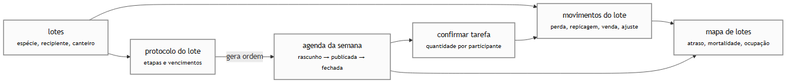
JoaoMudar/tcc keeps this Mermaid diagram as docs/rotinas/img/mapa-2-producao.png. Above is the earlier version. Its source is kept beside it as docs/rotinas/img/mapa-2-producao.mmd.
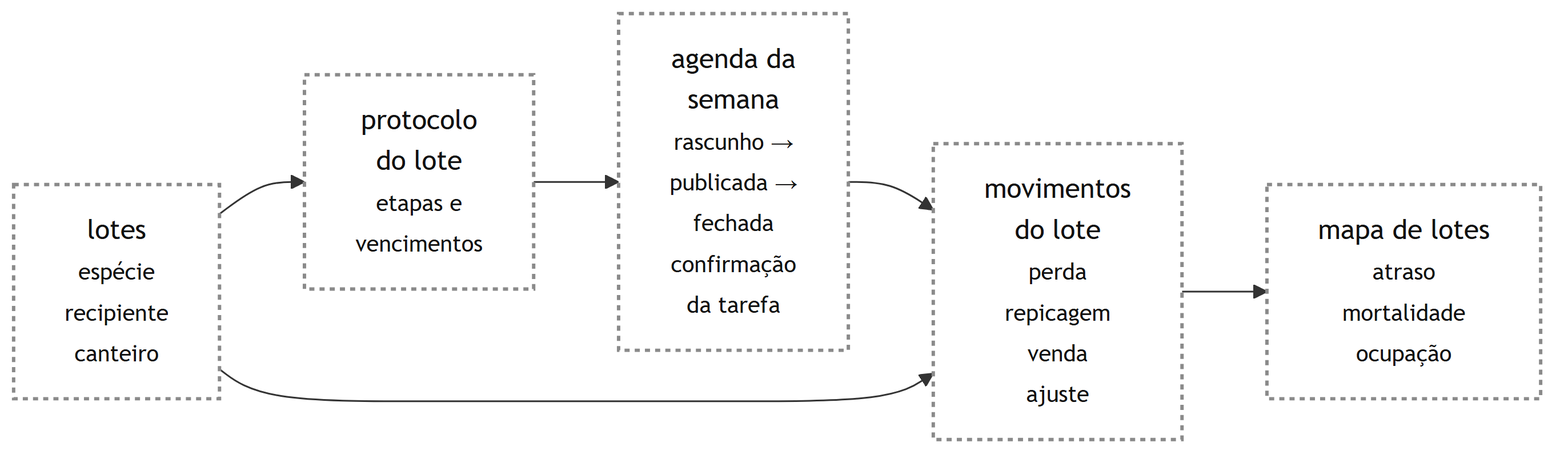
After the change.

Diff of the diagram source:
```diff
@@ -1,22 +1,19 @@
+%%{init: {'flowchart': {'rankSpacing': 50, 'nodeSpacing': 40, 'curve': 'basis'}}}%%
 flowchart LR
-  AG["agenda da semana<br/><small>rascunho → publicada → fechada</small>"]
-  CF["confirmar tarefa<br/><small>quantidade por participante</small>"]
-  LO["lotes<br/><small>espécie, recipiente, canteiro</small>"]
-  MV["movimentos do lote<br/><small>perda, repicagem, venda, ajuste</small>"]
-  PL["protocolo do lote<br/><small>etapas e vencimentos</small>"]
-  MA["mapa de lotes<br/><small>atraso, mortalidade, ocupação</small>"]
+  LO["lotes<br/><small>espécie<br/>recipiente<br/>canteiro</small>"]
+  PL["protocolo<br/>do lote<br/><small>etapas e<br/>vencimentos</small>"]
+  AG["agenda da<br/>semana<br/><small>rascunho →<br/>publicada →<br/>fechada<br/>confirmação<br/>da tarefa</small>"]
+  MV["movimentos<br/>do lote<br/><small>perda<br/>repicagem<br/>venda<br/>ajuste</small>"]
+  MA["mapa de lotes<br/><small>atraso<br/>mortalidade<br/>ocupação</small>"]
 
-  AG --> CF
-  CF --> MV
+  LO --> PL
+  PL --> AG
+  AG --> MV
+  MV --> MA
   LO --> MV
-  LO --> PL
-  PL -->|"gera ordem"| AG
-  MV --> MA
-  AG --> MA
 
   classDef ok fill:#dcfce7,stroke:#16a34a,stroke-width:2px,color:#111
   classDef meio fill:#fef3c7,stroke:#d97706,stroke-width:2px,color:#111
   classDef falta fill:#fee2e2,stroke:#dc2626,stroke-width:2px,color:#111
-  classDef grupo fill:#f8fafc,stroke:#cbd5e1,stroke-width:1px,color:#334155
 
-  class AG,CF,LO,MV,PL,MA falta
+  class AG,LO,MV,PL,MA falta
```
